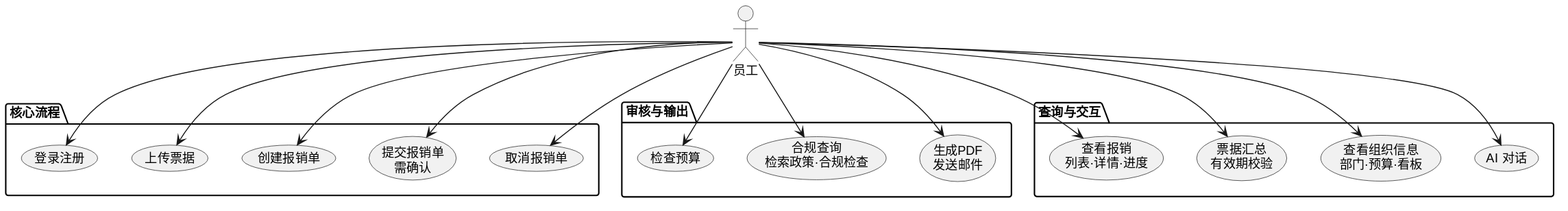
The PlantUML diagram docs/er/usecase-employee.svg in CycleZero/Reimbee, before a commit.
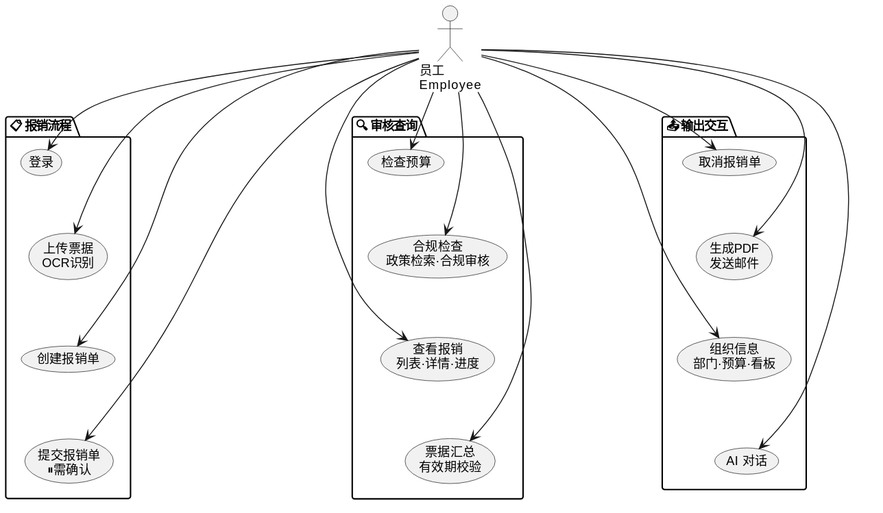
Above is the later version.

Commit message:
docs(er): 员工用例图三列布局 — hidden down 链 + 三个 package 自然分列

每个 package 内用 -[hidden]down- 强制纵向排列, 三个 package
(报销流程/审核查询/输出交互) 自动横向分散为三列

The edit, as a diff of the source:
```diff
@@ -3,26 +3,26 @@
 skinparam defaultFontName Arial
 skinparam defaultFontSize 13
 
-actor "员工" as Emp
+actor "员工\nEmployee" as Emp
 
-package "核心流程" {
-  usecase "登录注册" as UC0
-  usecase "上传票据" as UC1
+package "📋 报销流程" {
+  usecase "登录" as UC0
+  usecase "上传票据\nOCR识别" as UC1
   usecase "创建报销单" as UC2
-  usecase "提交报销单\n需确认" as UC3
-  usecase "取消报销单" as UC4
+  usecase "提交报销单\n⏸需确认" as UC3
 }
 
-package "审核与输出" {
-  usecase "检查预算" as UC5
-  usecase "合规查询\n检索政策·合规检查" as UC6
-  usecase "生成PDF\n发送邮件" as UC7
+package "🔍 审核查询" {
+  usecase "检查预算" as UC4
+  usecase "合规检查\n政策检索·合规审核" as UC5
+  usecase "查看报销\n列表·详情·进度" as UC6
+  usecase "票据汇总\n有效期校验" as UC7
 }
 
-package "查询与交互" {
-  usecase "查看报销\n列表·详情·进度" as UC8
-  usecase "票据汇总\n有效期校验" as UC9
-  usecase "查看组织信息\n部门·预算·看板" as UC10
+package "📤 输出交互" {
+  usecase "取消报销单" as UC8
+  usecase "生成PDF\n发送邮件" as UC9
+  usecase "组织信息\n部门·预算·看板" as UC10
   usecase "AI 对话" as UC11
 }
 
@@ -38,4 +38,14 @@
 Emp --> UC9
 Emp --> UC10
 Emp --> UC11
+
+UC0 -[hidden]down- UC1
+UC1 -[hidden]down- UC2
+UC2 -[hidden]down- UC3
+UC4 -[hidden]down- UC5
+UC5 -[hidden]down- UC6
+UC6 -[hidden]down- UC7
+UC8 -[hidden]down- UC9
+UC9 -[hidden]down- UC10
+UC10 -[hidden]down- UC11
 @enduml
```
